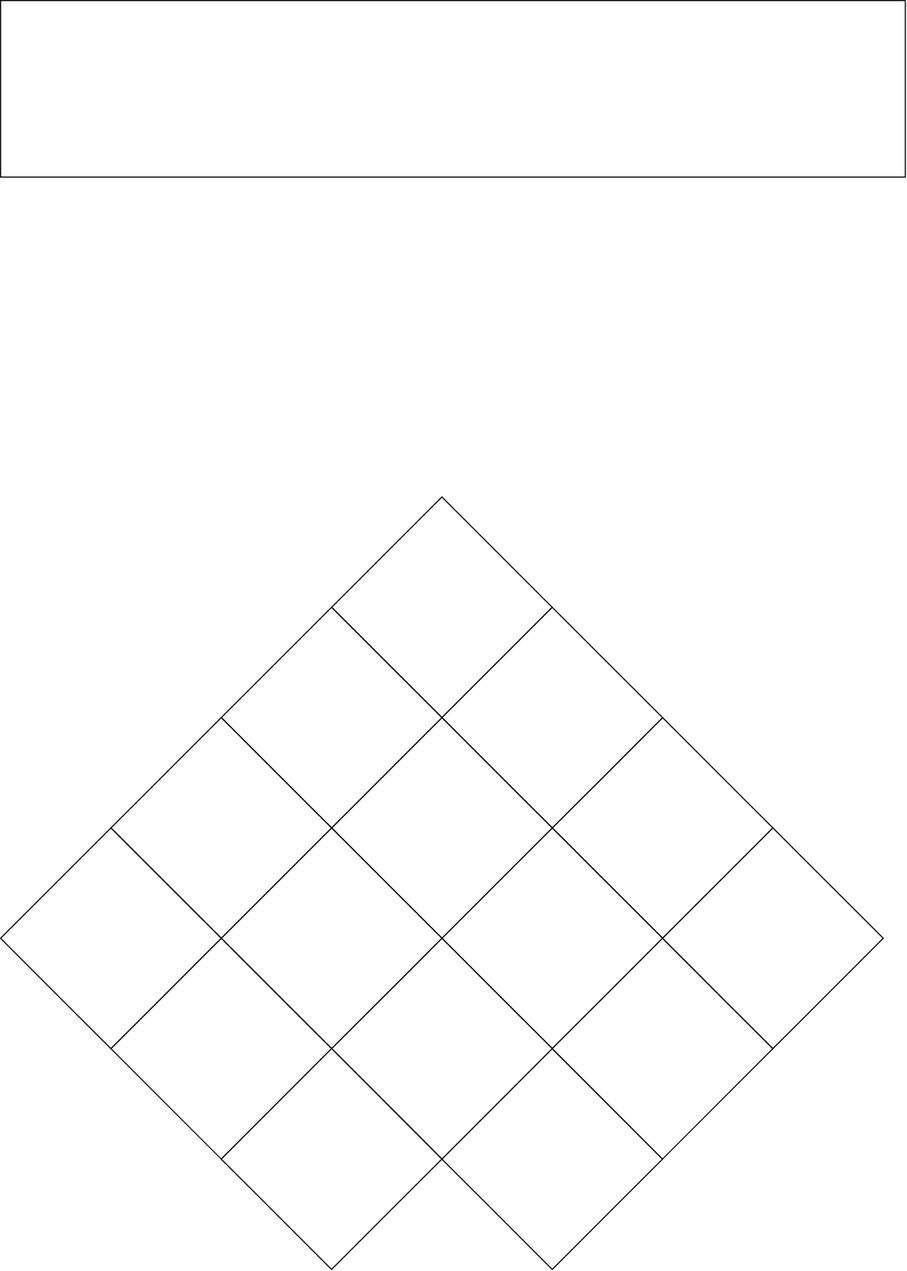
This is .idea/BestelPagina.drawio.svg from Meessem/Informatica1, a draw.io export, as it was before one commit. Source tidied: cells renumbered, new cells last; positions are measured from the earlier drawing's top-left corner, leaving out a move shared by most shapes.
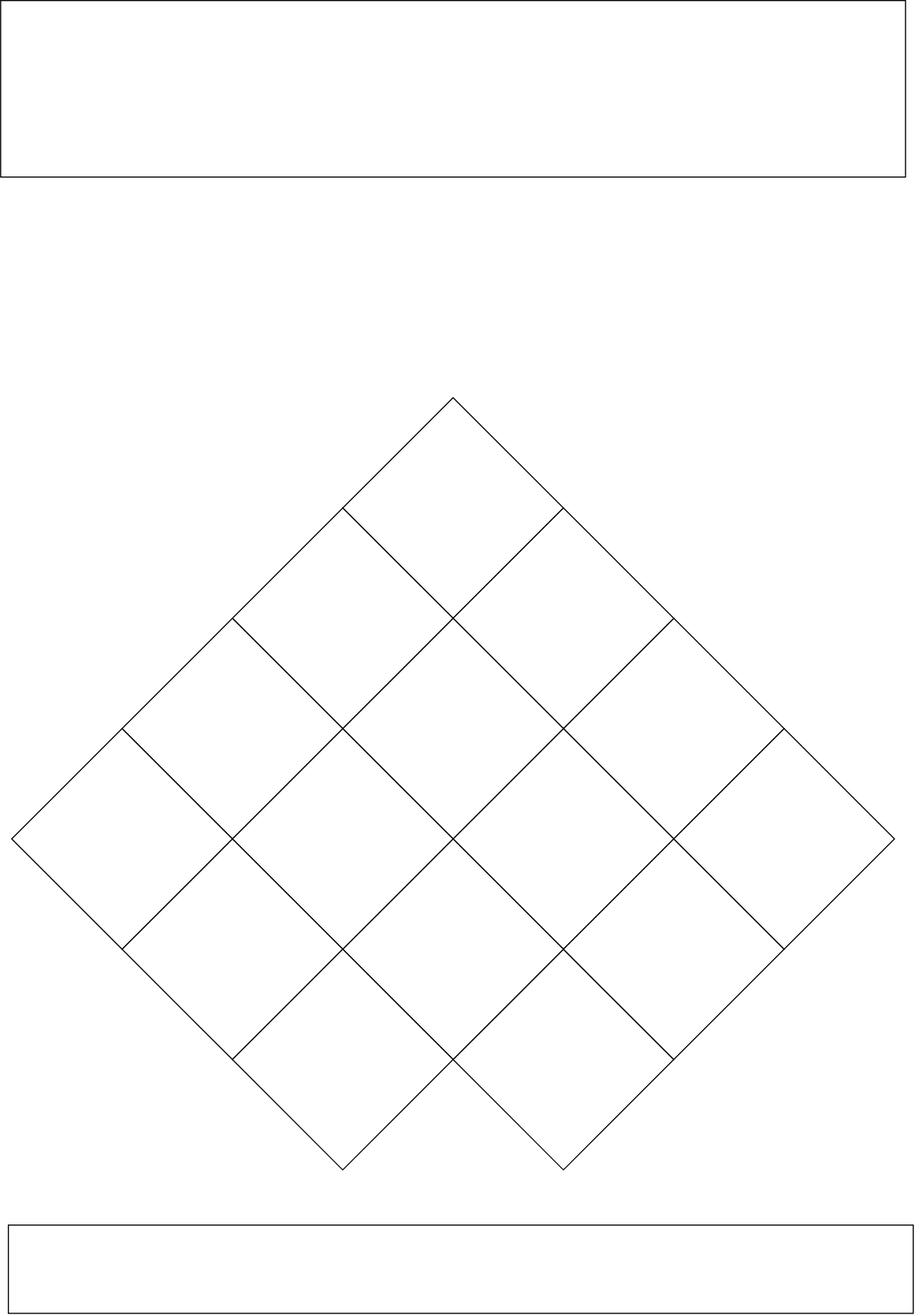
The same file after the commit.

Diff of the diagram source:
```diff
@@ -3,7 +3,7 @@
     <mxCell id="0" />
     <mxCell id="1" parent="0" />
     <mxCell id="2" style="rounded=0;whiteSpace=wrap;html=1;" parent="1" vertex="1">
-      <mxGeometry width="820" height="160" as="geometry" />
+      <mxGeometry x="-10" y="90" width="820" height="160" as="geometry" />
     </mxCell>
     <mxCell id="3" style="rhombus;whiteSpace=wrap;html=1;shapeInside=1;" parent="1" vertex="1">
       <mxGeometry x="300" y="450" width="200" height="200" as="geometry" />
@@ -50,5 +50,8 @@
     <mxCell id="17" style="rhombus;whiteSpace=wrap;html=1;shapeInside=1;" parent="1" vertex="1">
       <mxGeometry y="750" width="200" height="200" as="geometry" />
     </mxCell>
+    <mxCell id="18" style="rounded=0;whiteSpace=wrap;html=1;" parent="1" vertex="1">
+      <mxGeometry x="-3" y="1200" width="820" height="80" as="geometry" />
+    </mxCell>
   </root>
 </mxGraphModel>
```
